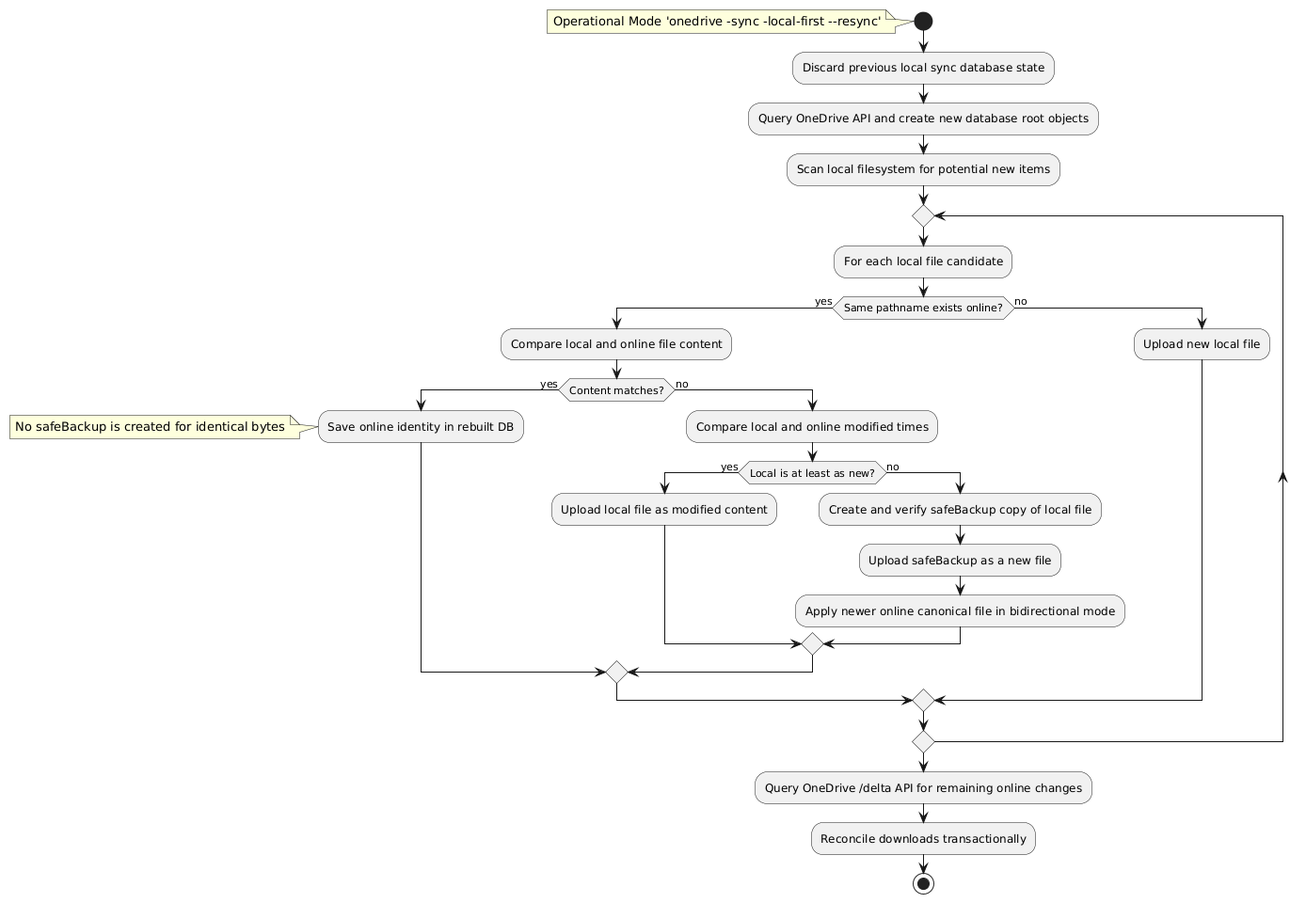
Before: docs/puml/conflict_handling_local-first_resync.png, a diagram exported from PlantUML (abraunegg/onedrive). The source it was exported from:
```plantuml
@startuml
start
note left: Operational Mode 'onedrive -sync -local-first --resync'
:Discard previous local sync database state;
:Query OneDrive API and create new database root objects;
:Scan local filesystem for potential new items;
repeat
  :For each local file candidate;
  if (Same pathname exists online?) then (yes)
    :Compare local and online file content;
    if (Content matches?) then (yes)
      :Save online identity in rebuilt DB;
      note left: No safeBackup is created for identical bytes
    else (no)
      :Compare local and online modified times;
      if (Local is at least as new?) then (yes)
        :Upload local file as modified content;
      else (no)
        :Create and verify safeBackup copy of local file;
        :Upload safeBackup as a new file;
        :Apply newer online canonical file in bidirectional mode;
      endif
    endif
  else (no)
    :Upload new local file;
  endif
repeat while
:Query OneDrive /delta API for remaining online changes;
:Reconcile downloads transactionally;
stop
@enduml
```
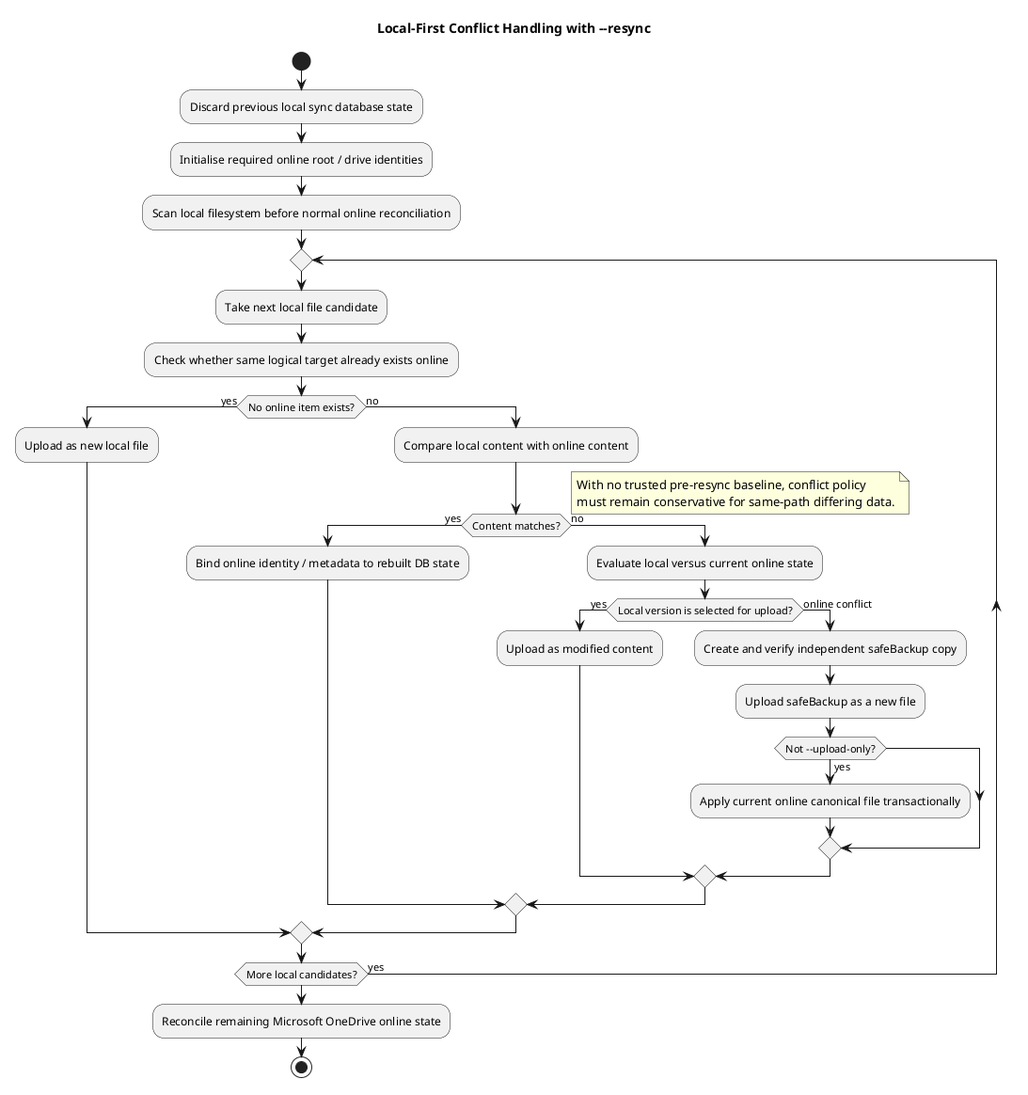
The same file after the commit.

Change to the diagram source:
```diff
@@ -1,31 +1,39 @@
 @startuml
+title Local-First Conflict Handling with ~--resync
 start
-note left: Operational Mode 'onedrive -sync -local-first --resync'
+
 :Discard previous local sync database state;
-:Query OneDrive API and create new database root objects;
-:Scan local filesystem for potential new items;
+:Initialise required online root / drive identities;
+:Scan local filesystem before normal online reconciliation;
+
 repeat
-  :For each local file candidate;
-  if (Same pathname exists online?) then (yes)
-    :Compare local and online file content;
+  :Take next local file candidate;
+  :Check whether same logical target already exists online;
+  if (No online item exists?) then (yes)
+    :Upload as new local file;
+  else (no)
+    :Compare local content with online content;
     if (Content matches?) then (yes)
-      :Save online identity in rebuilt DB;
-      note left: No safeBackup is created for identical bytes
+      :Bind online identity / metadata to rebuilt DB state;
     else (no)
-      :Compare local and online modified times;
-      if (Local is at least as new?) then (yes)
-        :Upload local file as modified content;
-      else (no)
-        :Create and verify safeBackup copy of local file;
+      note right
+        With no trusted pre-resync baseline, conflict policy
+        must remain conservative for same-path differing data.
+      end note
+      :Evaluate local versus current online state;
+      if (Local version is selected for upload?) then (yes)
+        :Upload as modified content;
+      else (online conflict)
+        :Create and verify independent safeBackup copy;
         :Upload safeBackup as a new file;
-        :Apply newer online canonical file in bidirectional mode;
+        if (Not ~--upload-only?) then (yes)
+          :Apply current online canonical file transactionally;
+        endif
       endif
     endif
-  else (no)
-    :Upload new local file;
   endif
-repeat while
-:Query OneDrive /delta API for remaining online changes;
-:Reconcile downloads transactionally;
+repeat while (More local candidates?) is (yes)
+
+:Reconcile remaining Microsoft OneDrive online state;
 stop
 @enduml
```
